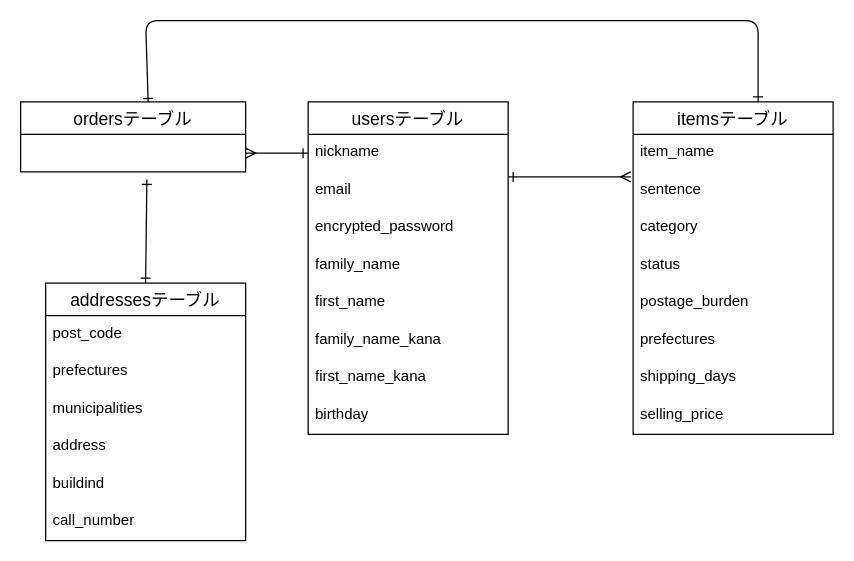
This is furima.dio from Shibasaki-Suzuka/furima-39101, a draw.io file, before an edit. Source tidied: cells renumbered, new cells numbered last; positions are measured from the earlier drawing's top-left corner, leaving out a move shared by most shapes. Both pictures are drawn from the tidied source at 125%, with x=0, y=0 at pixel (20, 20).
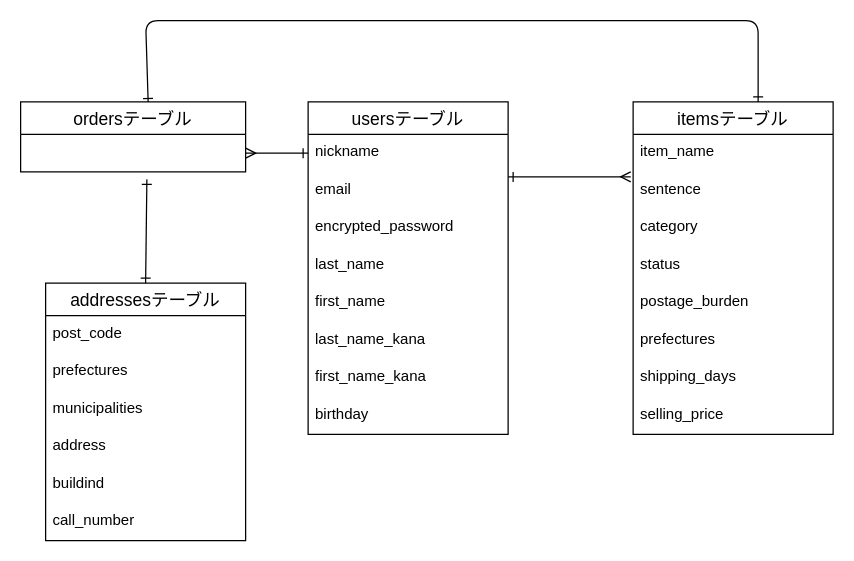
The same page after the edit.

The change refers to these unchanged cells:
```xml
<mxCell id="2" value="usersテーブル" style="swimlane;fontStyle=0;horizontal=1;startSize=26;align=center;fontSize=14;rounded=0;" parent="1" vertex="1">
  <mxGeometry x="230" y="65" width="160" height="266" as="geometry" />
</mxCell>
```

Change to the diagram source:
```diff
@@
-    <mxCell id="6" value="family_name" style="text;strokeColor=none;fillColor=none;spacingLeft=4;spacingRight=4;overflow=hidden;fontSize=12;" parent="2" vertex="1">
+    <mxCell id="6" value="last_name" style="text;strokeColor=none;fillColor=none;spacingLeft=4;spacingRight=4;overflow=hidden;fontSize=12;" parent="2" vertex="1">
       <mxGeometry y="116" width="160" height="30" as="geometry" />
     </mxCell>
@@
-    <mxCell id="8" value="family_name_kana" style="text;strokeColor=none;fillColor=none;spacingLeft=4;spacingRight=4;overflow=hidden;fontSize=12;" parent="2" vertex="1">
+    <mxCell id="8" value="last_name_kana" style="text;strokeColor=none;fillColor=none;spacingLeft=4;spacingRight=4;overflow=hidden;fontSize=12;" parent="2" vertex="1">
       <mxGeometry y="176" width="160" height="30" as="geometry" />
     </mxCell>
```
